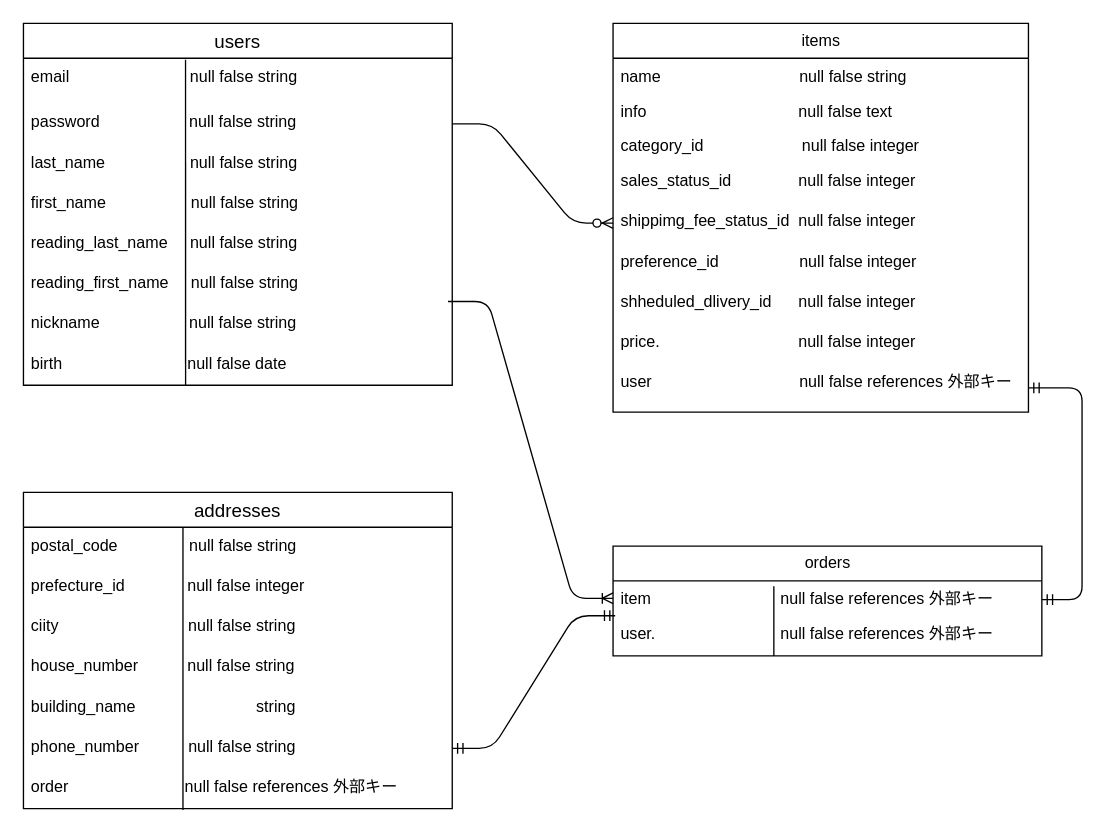
Above: furima38723.dio in sorakanda/furima-38723 (draw.io), before the change. Source tidied: cells renumbered, new cells numbered last; positions are measured from the earlier drawing's top-left corner, leaving out a move shared by most shapes. Both pictures are drawn from the tidied source at 134%, with x=0, y=0 at pixel (23, 23).
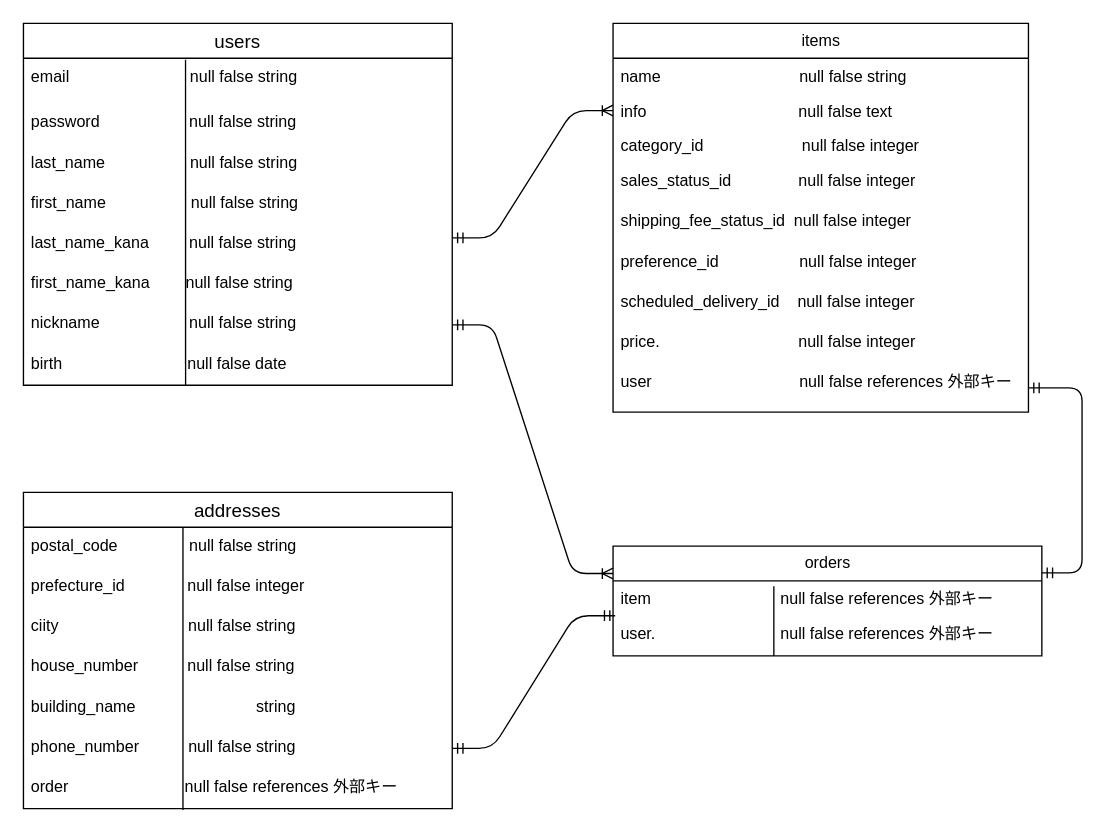
After the change.

Unchanged cells that the change refers to:
```xml
<mxCell id="2" value="users" style="swimlane;fontStyle=0;horizontal=1;startSize=26;align=center;fontSize=14;" parent="1" vertex="1">
  <mxGeometry width="320" height="270" as="geometry" />
</mxCell>
<mxCell id="4" value="password                    null false string" style="text;strokeColor=none;fillColor=none;spacingLeft=4;spacingRight=4;overflow=hidden;points=[[0,0.5],[1,0.5]];portConstraint=eastwest;fontSize=12;" parent="2" vertex="1">
  <mxGeometry y="60" width="320" height="30" as="geometry" />
</mxCell>
<mxCell id="10" value="nickname                    null false string" style="text;strokeColor=none;fillColor=none;spacingLeft=4;spacingRight=4;overflow=hidden;points=[[0,0.5],[1,0.5]];portConstraint=eastwest;fontSize=12;" parent="2" vertex="1">
  <mxGeometry y="210" width="320" height="30" as="geometry" />
</mxCell>
<mxCell id="13" value="items" style="swimlane;fontStyle=0;horizontal=1;startSize=26;fillColor=none;html=1;" parent="1" vertex="1">
  <mxGeometry x="440" width="310" height="290" as="geometry" />
</mxCell>
<mxCell id="15" value="info&amp;nbsp; &amp;nbsp; &amp;nbsp; &amp;nbsp; &amp;nbsp; &amp;nbsp; &amp;nbsp; &amp;nbsp; &amp;nbsp; &amp;nbsp; &amp;nbsp; &amp;nbsp; &amp;nbsp; &amp;nbsp; &amp;nbsp; &amp;nbsp; &amp;nbsp; null false text" style="text;strokeColor=none;fillColor=none;align=left;verticalAlign=top;spacingLeft=4;spacingRight=4;overflow=hidden;points=[[0,0.5],[1,0.5]];portConstraint=eastwest;whiteSpace=wrap;html=1;" parent="13" vertex="1">
  <mxGeometry y="52" width="310" height="26" as="geometry" />
</mxCell>
<mxCell id="22" value="user                                 null false references 外部キー" style="text;strokeColor=none;fillColor=none;spacingLeft=4;spacingRight=4;overflow=hidden;points=[[0,0.5],[1,0.5]];portConstraint=eastwest;fontSize=12;" parent="13" vertex="1">
  <mxGeometry y="254" width="310" height="36" as="geometry" />
</mxCell>
<mxCell id="24" value="orders" style="swimlane;fontStyle=0;horizontal=1;startSize=26;fillColor=none;html=1;" parent="1" vertex="1">
  <mxGeometry x="440" y="390" width="320" height="82" as="geometry" />
</mxCell>
```

Change to the diagram source:
```diff
@@
-    <mxCell id="7" value="reading_last_name     null false string" style="text;strokeColor=none;fillColor=none;spacingLeft=4;spacingRight=4;overflow=hidden;fontSize=12;" parent="2" vertex="1">
+    <mxCell id="7" value="last_name_kana         null false string" style="text;strokeColor=none;fillColor=none;spacingLeft=4;spacingRight=4;overflow=hidden;fontSize=12;" parent="2" vertex="1">
       <mxGeometry y="150" width="320" height="30" as="geometry" />
     </mxCell>
-    <mxCell id="8" value="reading_first_name     null false string" style="text;strokeColor=none;fillColor=none;spacingLeft=4;spacingRight=4;overflow=hidden;fontSize=12;" parent="2" vertex="1">
+    <mxCell id="8" value="first_name_kana        null false string" style="text;strokeColor=none;fillColor=none;spacingLeft=4;spacingRight=4;overflow=hidden;fontSize=12;" parent="2" vertex="1">
       <mxGeometry y="180" width="320" height="30" as="geometry" />
     </mxCell>
@@
-    <mxCell id="18" value="shippimg_fee_status_id  null false integer" style="text;strokeColor=none;fillColor=none;spacingLeft=4;spacingRight=4;overflow=hidden;points=[[0,0.5],[1,0.5]];portConstraint=eastwest;fontSize=12;" parent="13" vertex="1">
+    <mxCell id="18" value="shipping_fee_status_id  null false integer" style="text;strokeColor=none;fillColor=none;spacingLeft=4;spacingRight=4;overflow=hidden;points=[[0,0.5],[1,0.5]];portConstraint=eastwest;fontSize=12;" parent="13" vertex="1">
       <mxGeometry y="134" width="310" height="30" as="geometry" />
     </mxCell>
@@
-    <mxCell id="20" value="shheduled_dlivery_id      null false integer" style="text;strokeColor=none;fillColor=none;spacingLeft=4;spacingRight=4;overflow=hidden;fontSize=12;" parent="13" vertex="1">
+    <mxCell id="20" value="scheduled_delivery_id    null false integer" style="text;strokeColor=none;fillColor=none;spacingLeft=4;spacingRight=4;overflow=hidden;fontSize=12;" parent="13" vertex="1">
       <mxGeometry y="194" width="310" height="30" as="geometry" />
     </mxCell>
@@
-    <mxCell id="28" style="edgeStyle=entityRelationEdgeStyle;fontSize=12;html=1;endArrow=ERzeroToMany;endFill=1;exitX=1;exitY=0.5;exitDx=0;exitDy=0;entryX=0;entryY=0.5;entryDx=0;entryDy=0;" parent="1" edge="1" source="4" target="18">
-      <mxGeometry relative="1" as="geometry" />
-    </mxCell>
@@
-    <mxCell id="39" style="edgeStyle=entityRelationEdgeStyle;fontSize=12;html=1;endArrow=ERoneToMany;exitX=0.99;exitY=-0.083;exitDx=0;exitDy=0;exitPerimeter=0;entryX=0;entryY=0.5;entryDx=0;entryDy=0;" parent="1" edge="1" source="10">
-      <mxGeometry relative="1" as="geometry">
-        <mxPoint x="440" y="429" as="targetPoint" />
-      </mxGeometry>
-    </mxCell>
-    <mxCell id="40" style="edgeStyle=entityRelationEdgeStyle;fontSize=12;html=1;endArrow=ERmandOne;startArrow=ERmandOne;" parent="1" edge="1" target="22">
-      <mxGeometry relative="1" as="geometry">
-        <mxPoint x="760" y="430" as="sourcePoint" />
-      </mxGeometry>
-    </mxCell>
+    <mxCell id="41" style="edgeStyle=entityRelationEdgeStyle;fontSize=12;html=1;endArrow=ERoneToMany;startArrow=ERmandOne;entryX=0;entryY=0.25;entryDx=0;entryDy=0;" parent="1" edge="1" source="10" target="24">
+      <mxGeometry relative="1" as="geometry" />
+    </mxCell>
+    <mxCell id="42" style="edgeStyle=entityRelationEdgeStyle;fontSize=12;html=1;endArrow=ERoneToMany;startArrow=ERmandOne;entryX=0;entryY=0.5;entryDx=0;entryDy=0;" parent="1" edge="1" target="15">
+      <mxGeometry relative="1" as="geometry">
+        <mxPoint x="320" y="160" as="sourcePoint" />
+      </mxGeometry>
+    </mxCell>
+    <mxCell id="43" style="edgeStyle=entityRelationEdgeStyle;fontSize=12;html=1;endArrow=ERmandOne;startArrow=ERmandOne;" parent="1" edge="1" target="22">
+      <mxGeometry relative="1" as="geometry">
+        <mxPoint x="760" y="410" as="sourcePoint" />
+      </mxGeometry>
+    </mxCell>
```
